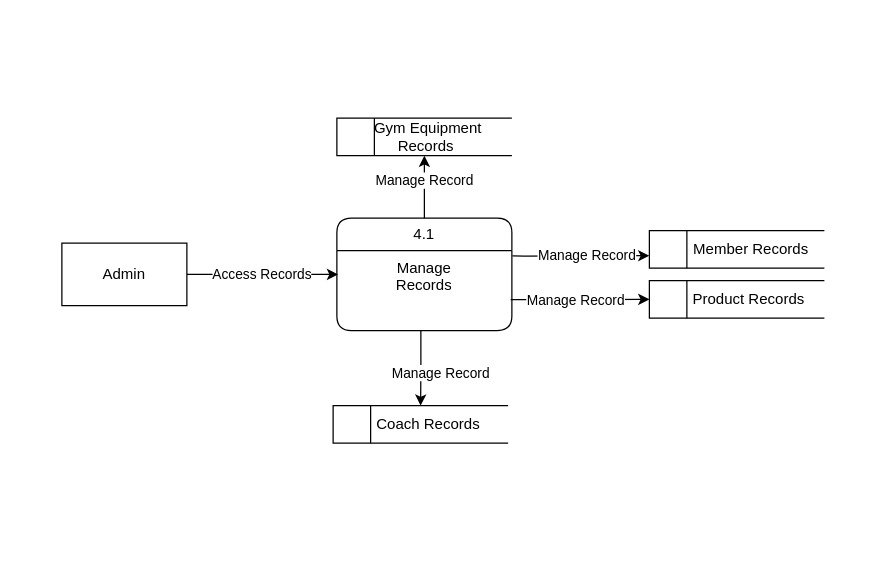
Earlier version of the draw.io diagram page "Level 4 ( Manage Records)" (4 of 9) of Untitled Diagram.drawio (FacundoBnts/app-dev). Source tidied: cells renumbered, new cells numbered last; positions are measured from the earlier drawing's top-left corner, leaving out a move shared by most shapes. Both pictures are drawn from the tidied source at 125%, with x=0, y=0 at pixel (61, 118).
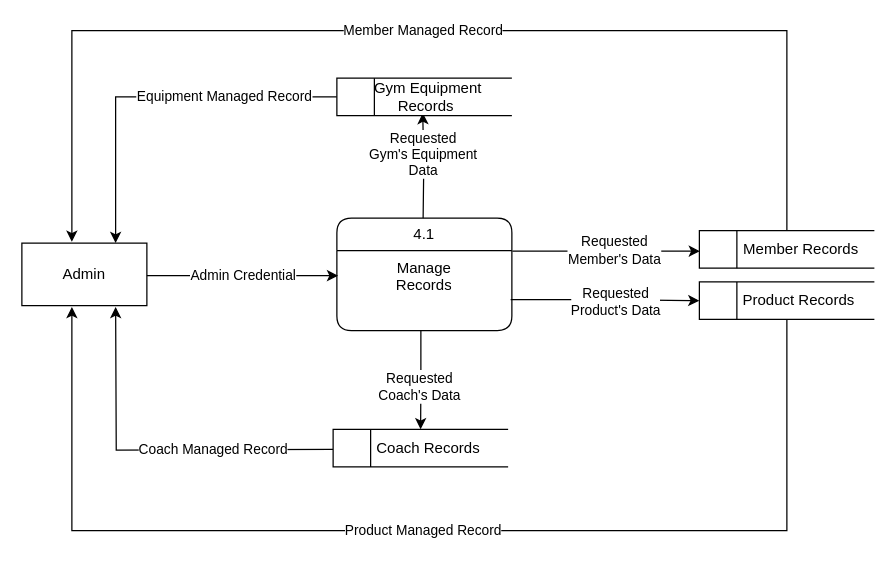
Above is the later version.

Unchanged cells that the change refers to:
```xml
<mxCell id="3" style="edgeStyle=orthogonalEdgeStyle;rounded=0;jettySize=auto;html=1;exitX=0.993;exitY=0.611;exitDx=0;exitDy=0;entryX=0;entryY=0.5;entryDx=0;entryDy=0;exitPerimeter=0;" parent="1" edge="1" source="14" target="12">
  <mxGeometry relative="1" as="geometry" />
</mxCell>
<mxCell id="6" style="edgeStyle=orthogonalEdgeStyle;rounded=0;jettySize=auto;html=1;entryX=0.5;entryY=0;entryDx=0;entryDy=0;exitX=0.48;exitY=1.005;exitDx=0;exitDy=0;exitPerimeter=0;" parent="1" edge="1" source="14" target="13">
  <mxGeometry relative="1" as="geometry" />
</mxCell>
<mxCell id="9" value="4.1" style="swimlane;fontStyle=0;horizontal=1;startSize=26;fillColor=none;whiteSpace=wrap;html=1;rounded=1;" parent="1" vertex="1">
  <mxGeometry x="220" y="80" width="140" height="90" as="geometry" />
</mxCell>
<mxCell id="14" value="&lt;div&gt;Manage&lt;br&gt;&lt;/div&gt;&lt;div&gt;Records&lt;br&gt;&lt;/div&gt;" style="text;strokeColor=none;fillColor=none;align=center;verticalAlign=top;spacingLeft=4;spacingRight=4;overflow=hidden;points=[[0,0.5],[1,0.5]];portConstraint=eastwest;whiteSpace=wrap;html=1;" parent="1" vertex="1">
  <mxGeometry x="220" y="106" width="140" height="64" as="geometry" />
</mxCell>
```

What changed in the source:
```diff
@@
     <mxCell id="2" value="&lt;div&gt;Admin&lt;/div&gt;" style="html=1;dashed=0;whiteSpace=wrap;" parent="1" vertex="1">
-      <mxGeometry y="100" width="100" height="50" as="geometry" />
+      <mxGeometry x="-32" y="100" width="100" height="50" as="geometry" />
     </mxCell>
@@
-    <mxCell id="4" value="Manage Record" style="edgeLabel;html=1;align=center;verticalAlign=middle;" parent="3" vertex="1">
+    <mxCell id="4" value="&lt;div&gt;Requested&lt;/div&gt;&lt;div&gt;Product's Data&lt;br&gt;&lt;/div&gt;" style="edgeLabel;html=1;align=center;verticalAlign=middle;" parent="3" vertex="1">
       <mxGeometry x="-0.22" relative="1" as="geometry">
-        <mxPoint x="8" as="offset" />
+        <mxPoint x="24" y="1" as="offset" />
       </mxGeometry>
     </mxCell>
-    <mxCell id="5" value="Manage Record" style="edgeStyle=orthogonalEdgeStyle;rounded=0;jettySize=auto;html=1;exitX=1.003;exitY=0.067;exitDx=0;exitDy=0;exitPerimeter=0;entryX=0;entryY=0.667;entryDx=0;entryDy=0;entryPerimeter=0;" parent="1" edge="1" source="14" target="11">
+    <mxCell id="5" value="&lt;div&gt;Requested &lt;br&gt;&lt;/div&gt;&lt;div&gt;Member's Data&lt;/div&gt;" style="edgeStyle=orthogonalEdgeStyle;rounded=0;jettySize=auto;html=1;exitX=1.003;exitY=0.067;exitDx=0;exitDy=0;exitPerimeter=0;entryX=0.003;entryY=0.547;entryDx=0;entryDy=0;entryPerimeter=0;" parent="1" edge="1" target="11">
       <mxGeometry x="0.09" relative="1" as="geometry">
+        <mxPoint x="360.4" y="107.3" as="sourcePoint" />
         <Array as="points">
-          <mxPoint x="370" y="110" />
+          <mxPoint x="510" y="106" />
         </Array>
       </mxGeometry>
     </mxCell>
@@
-    <mxCell id="7" value="Manage Record" style="edgeLabel;html=1;align=center;verticalAlign=middle;" parent="6" vertex="1">
+    <mxCell id="7" value="&lt;div&gt;Requested &lt;br&gt;&lt;/div&gt;&lt;div&gt;Coach's Data&lt;/div&gt;" style="edgeLabel;html=1;align=center;verticalAlign=middle;" parent="6" vertex="1">
       <mxGeometry x="0.11" relative="1" as="geometry">
-        <mxPoint x="15" as="offset" />
+        <mxPoint x="-2" as="offset" />
       </mxGeometry>
     </mxCell>
-    <mxCell id="8" value="Manage Record" style="edgeStyle=orthogonalEdgeStyle;rounded=0;jettySize=auto;html=1;exitX=0.5;exitY=0;exitDx=0;exitDy=0;entryX=0.5;entryY=1;entryDx=0;entryDy=0;" parent="1" edge="1" source="9" target="15">
-      <mxGeometry x="0.21" relative="1" as="geometry" />
+    <mxCell id="8" value="&lt;div&gt;Requested &lt;br&gt;&lt;/div&gt;&lt;div&gt;Gym's Equipment &lt;br&gt;&lt;/div&gt;&lt;div&gt;Data&lt;br&gt;&lt;/div&gt;" style="edgeStyle=orthogonalEdgeStyle;rounded=0;orthogonalLoop=1;jettySize=auto;html=1;exitX=0.5;exitY=0;exitDx=0;exitDy=0;entryX=0.498;entryY=0.929;entryDx=0;entryDy=0;entryPerimeter=0;" parent="1" edge="1">
+      <mxGeometry x="0.21" relative="1" as="geometry">
+        <mxPoint x="289" y="80" as="sourcePoint" />
+        <mxPoint x="288.7" y="-4.1" as="targetPoint" />
+      </mxGeometry>
     </mxCell>
@@
-    <mxCell id="10" value="Access Records" style="edgeStyle=orthogonalEdgeStyle;rounded=0;jettySize=auto;html=1;exitX=1;exitY=0.5;exitDx=0;exitDy=0;entryX=0.007;entryY=0.297;entryDx=0;entryDy=0;entryPerimeter=0;" parent="1" edge="1" source="2" target="14">
-      <mxGeometry relative="1" as="geometry" />
+    <mxCell id="10" value="Admin Credential" style="edgeStyle=orthogonalEdgeStyle;rounded=0;orthogonalLoop=1;jettySize=auto;html=1;exitX=1;exitY=0.5;exitDx=0;exitDy=0;entryX=0.007;entryY=0.297;entryDx=0;entryDy=0;entryPerimeter=0;" parent="1" edge="1">
+      <mxGeometry x="0.01" relative="1" as="geometry">
+        <mxPoint x="68" y="126" as="sourcePoint" />
+        <mxPoint x="221" y="126" as="targetPoint" />
+      </mxGeometry>
     </mxCell>
     <mxCell id="11" value="&lt;div align=&quot;center&quot;&gt;&amp;nbsp;&amp;nbsp;&amp;nbsp;&amp;nbsp;&amp;nbsp; Member Records&lt;br&gt;&lt;/div&gt;" style="html=1;dashed=0;whiteSpace=wrap;shape=mxgraph.dfd.dataStoreID;align=center;spacingLeft=3;points=[[0,0],[0.5,0],[1,0],[0,0.5],[1,0.5],[0,1],[0.5,1],[1,1]];" parent="1" vertex="1">
-      <mxGeometry x="470" y="90" width="140" height="30" as="geometry" />
+      <mxGeometry x="510" y="90" width="140" height="30" as="geometry" />
     </mxCell>
     <mxCell id="12" value="&amp;nbsp;&amp;nbsp;&amp;nbsp;&amp;nbsp;&amp;nbsp;&amp;nbsp;&amp;nbsp;&amp;nbsp; Product Records" style="html=1;dashed=0;whiteSpace=wrap;shape=mxgraph.dfd.dataStoreID;align=left;spacingLeft=3;points=[[0,0],[0.5,0],[1,0],[0,0.5],[1,0.5],[0,1],[0.5,1],[1,1]];" parent="1" vertex="1">
-      <mxGeometry x="470" y="130" width="140" height="30" as="geometry" />
+      <mxGeometry x="510" y="131" width="140" height="30" as="geometry" />
     </mxCell>
+    <mxCell id="16" value="Coach Managed Record" style="edgeStyle=orthogonalEdgeStyle;rounded=0;orthogonalLoop=1;jettySize=auto;html=1;entryX=0.75;entryY=1;entryDx=0;entryDy=0;" parent="1" edge="1">
+      <mxGeometry x="-0.33" relative="1" as="geometry">
+        <mxPoint x="217" y="265" as="sourcePoint" />
+        <mxPoint x="43" y="151" as="targetPoint" />
+      </mxGeometry>
+    </mxCell>
     <mxCell id="13" value="&amp;nbsp;&amp;nbsp;&amp;nbsp;&amp;nbsp;&amp;nbsp;&amp;nbsp;&amp;nbsp;&amp;nbsp; Coach Records" style="html=1;dashed=0;whiteSpace=wrap;shape=mxgraph.dfd.dataStoreID;align=left;spacingLeft=3;points=[[0,0],[0.5,0],[1,0],[0,0.5],[1,0.5],[0,1],[0.5,1],[1,1]];" parent="1" vertex="1">
-      <mxGeometry x="217" y="230" width="140" height="30" as="geometry" />
+      <mxGeometry x="217" y="249" width="140" height="30" as="geometry" />
     </mxCell>
@@
+    <mxCell id="17" value="Equipment Managed Record" style="edgeStyle=orthogonalEdgeStyle;rounded=0;jettySize=auto;html=1;entryX=0.75;entryY=0;entryDx=0;entryDy=0;" parent="1" edge="1" source="15" target="2">
+      <mxGeometry x="-0.39" relative="1" as="geometry" />
+    </mxCell>
     <mxCell id="15" value="&lt;div align=&quot;center&quot;&gt;&amp;nbsp;&amp;nbsp;&amp;nbsp;&amp;nbsp;&amp;nbsp; Gym Equipment&amp;nbsp;&amp;nbsp;&amp;nbsp;&amp;nbsp;&amp;nbsp; Records&lt;br&gt;&lt;/div&gt;" style="html=1;dashed=0;whiteSpace=wrap;shape=mxgraph.dfd.dataStoreID;align=center;spacingLeft=3;points=[[0,0],[0.5,0],[1,0],[0,0.5],[1,0.5],[0,1],[0.5,1],[1,1]];" parent="1" vertex="1">
-      <mxGeometry x="220" width="140" height="30" as="geometry" />
+      <mxGeometry x="220" y="-32" width="140" height="30" as="geometry" />
     </mxCell>
+    <mxCell id="18" value="Member Managed Record" style="edgeStyle=orthogonalEdgeStyle;rounded=0;jettySize=auto;html=1;entryX=0.4;entryY=-0.02;entryDx=0;entryDy=0;entryPerimeter=0;" parent="1" edge="1" source="11" target="2">
+      <mxGeometry relative="1" as="geometry">
+        <Array as="points">
+          <mxPoint x="580" y="-70" />
+          <mxPoint x="8" y="-70" />
+        </Array>
+      </mxGeometry>
+    </mxCell>
+    <mxCell id="19" value="Product Managed Record" style="edgeStyle=orthogonalEdgeStyle;rounded=0;jettySize=auto;html=1;entryX=0.4;entryY=1.02;entryDx=0;entryDy=0;entryPerimeter=0;" parent="1" edge="1" source="12" target="2">
+      <mxGeometry relative="1" as="geometry">
+        <Array as="points">
+          <mxPoint x="580" y="330" />
+          <mxPoint x="8" y="330" />
+        </Array>
+      </mxGeometry>
+    </mxCell>
```
